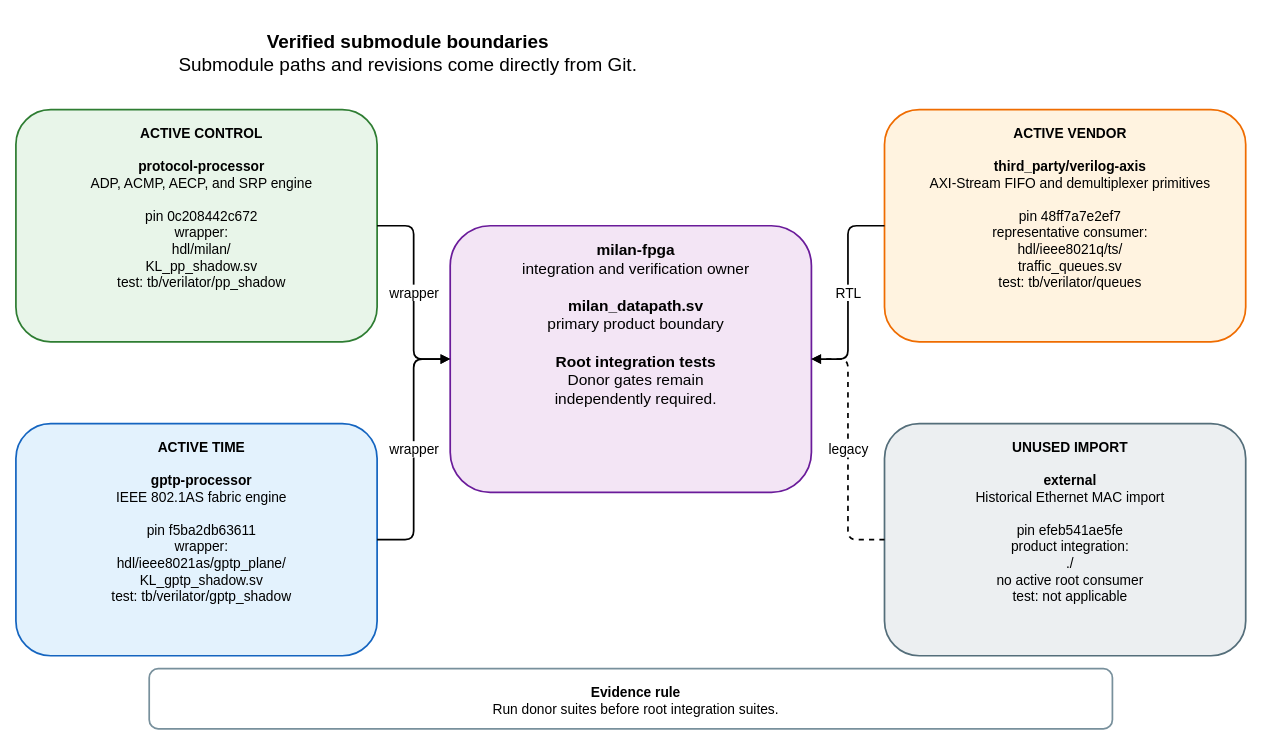
Earlier version of the draw.io diagram docs/diagrams/submodule_boundaries.drawio (kebag-logic/milan-fpga). Source tidied: cells renumbered, new cells numbered last; positions are measured from the earlier drawing's top-left corner, leaving out a move shared by most shapes. Both pictures are drawn from the tidied source at 86%, with x=0, y=0 at pixel (15, 15).
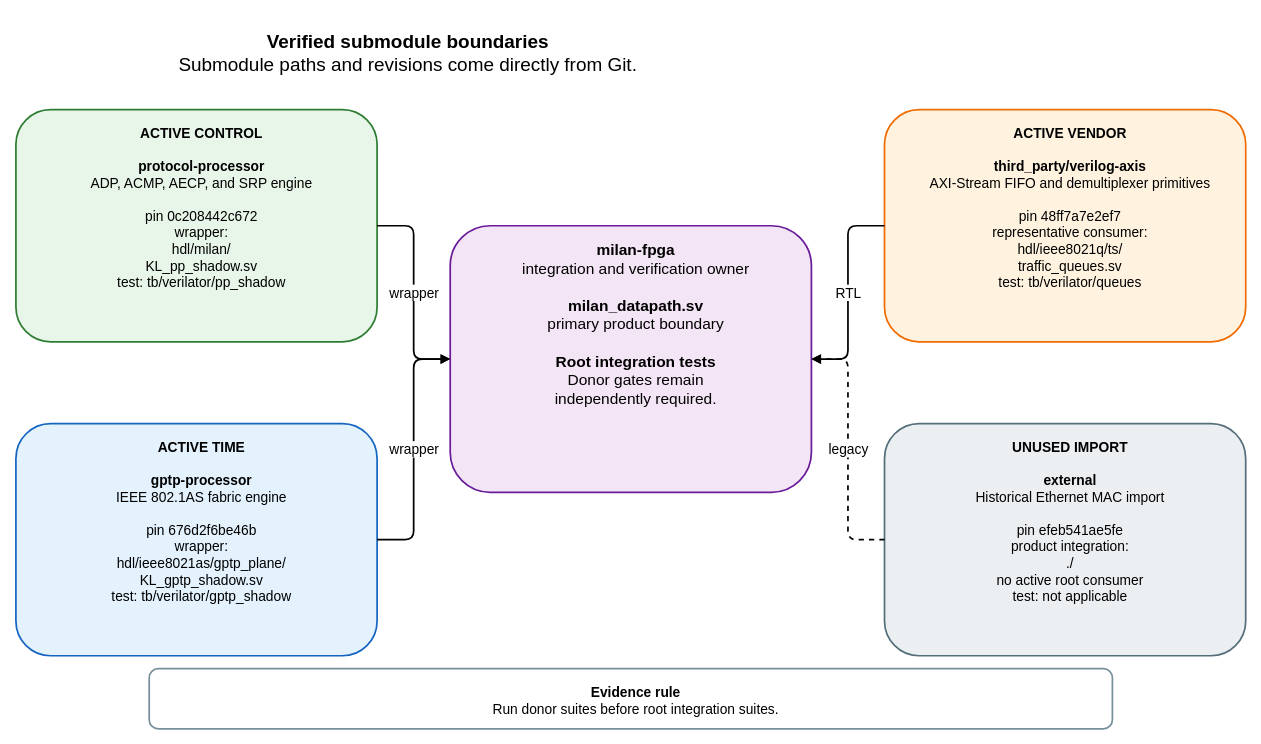
Above is the later version.

Commit message (it also covers changes not shown here):
Re-pin gptp-processor after donor history rewrite

The edit, as a diff of the source:
```diff
@@
 <mxGraphModel>
   <root>
     <mxCell id="0" />
     <mxCell id="1" parent="0" />
     <mxCell id="2" value="&lt;b&gt;Verified submodule boundaries&lt;/b&gt;&lt;br&gt;Submodule paths and revisions come directly from Git." style="rounded=1;whiteSpace=wrap;html=1;verticalAlign=top;spacingTop=12;spacingLeft=12;fontSize=22;fontFamily=Helvetica;fillColor=none;strokeColor=none;strokeWidth=2;" parent="1" vertex="1">
       <mxGeometry width="900" height="65" as="geometry" />
     </mxCell>
     <mxCell id="3" value="&lt;b&gt;milan-fpga&lt;/b&gt;&lt;br&gt;integration and verification owner&lt;br&gt;&lt;br&gt;&lt;b&gt;milan_datapath.sv&lt;/b&gt;&lt;br&gt;primary product boundary&lt;br&gt;&lt;br&gt;&lt;b&gt;Root integration tests&lt;/b&gt;&lt;br&gt;Donor gates remain&lt;br&gt;independently required." style="rounded=1;whiteSpace=wrap;html=1;verticalAlign=top;spacingTop=12;spacingLeft=12;fontSize=18;fontFamily=Helvetica;fillColor=#F3E5F5;strokeColor=#6A1B9A;strokeWidth=2;" parent="1" vertex="1">
       <mxGeometry x="505" y="245" width="420" height="310" as="geometry" />
     </mxCell>
     <mxCell id="4" value="&lt;b&gt;ACTIVE CONTROL&lt;/b&gt;&lt;br&gt;&lt;br&gt;&lt;b&gt;protocol-processor&lt;/b&gt;&lt;br&gt;ADP, ACMP, AECP, and SRP engine&lt;br&gt;&lt;br&gt;pin 0c208442c672&lt;br&gt;wrapper:&lt;br&gt;hdl/milan/&lt;br&gt;KL_pp_shadow.sv&lt;br&gt;test: tb/verilator/pp_shadow" style="rounded=1;whiteSpace=wrap;html=1;verticalAlign=top;spacingTop=12;spacingLeft=12;fontSize=16;fontFamily=Helvetica;fillColor=#E8F5E9;strokeColor=#2E7D32;strokeWidth=2;" parent="1" vertex="1">
       <mxGeometry y="110" width="420" height="270" as="geometry" />
     </mxCell>
-    <mxCell id="5" value="&lt;b&gt;ACTIVE TIME&lt;/b&gt;&lt;br&gt;&lt;br&gt;&lt;b&gt;gptp-processor&lt;/b&gt;&lt;br&gt;IEEE 802.1AS fabric engine&lt;br&gt;&lt;br&gt;pin f5ba2db63611&lt;br&gt;wrapper:&lt;br&gt;hdl/ieee8021as/gptp_plane/&lt;br&gt;KL_gptp_shadow.sv&lt;br&gt;test: tb/verilator/gptp_shadow" style="rounded=1;whiteSpace=wrap;html=1;verticalAlign=top;spacingTop=12;spacingLeft=12;fontSize=16;fontFamily=Helvetica;fillColor=#E3F2FD;strokeColor=#1565C0;strokeWidth=2;" parent="1" vertex="1">
+    <mxCell id="5" value="&lt;b&gt;ACTIVE TIME&lt;/b&gt;&lt;br&gt;&lt;br&gt;&lt;b&gt;gptp-processor&lt;/b&gt;&lt;br&gt;IEEE 802.1AS fabric engine&lt;br&gt;&lt;br&gt;pin 676d2f6be46b&lt;br&gt;wrapper:&lt;br&gt;hdl/ieee8021as/gptp_plane/&lt;br&gt;KL_gptp_shadow.sv&lt;br&gt;test: tb/verilator/gptp_shadow" style="rounded=1;whiteSpace=wrap;html=1;verticalAlign=top;spacingTop=12;spacingLeft=12;fontSize=16;fontFamily=Helvetica;fillColor=#E3F2FD;strokeColor=#1565C0;strokeWidth=2;" parent="1" vertex="1">
       <mxGeometry y="475" width="420" height="270" as="geometry" />
     </mxCell>
     <mxCell id="6" value="&lt;b&gt;ACTIVE VENDOR&lt;/b&gt;&lt;br&gt;&lt;br&gt;&lt;b&gt;third_party/verilog-axis&lt;/b&gt;&lt;br&gt;AXI-Stream FIFO and demultiplexer primitives&lt;br&gt;&lt;br&gt;pin 48ff7a7e2ef7&lt;br&gt;representative consumer:&lt;br&gt;hdl/ieee8021q/ts/&lt;br&gt;traffic_queues.sv&lt;br&gt;test: tb/verilator/queues" style="rounded=1;whiteSpace=wrap;html=1;verticalAlign=top;spacingTop=12;spacingLeft=12;fontSize=16;fontFamily=Helvetica;fillColor=#FFF3E0;strokeColor=#EF6C00;strokeWidth=2;" parent="1" vertex="1">
       <mxGeometry x="1010" y="110" width="420" height="270" as="geometry" />
     </mxCell>
     <mxCell id="7" value="&lt;b&gt;UNUSED IMPORT&lt;/b&gt;&lt;br&gt;&lt;br&gt;&lt;b&gt;external&lt;/b&gt;&lt;br&gt;Historical Ethernet MAC import&lt;br&gt;&lt;br&gt;pin efeb541ae5fe&lt;br&gt;product integration:&lt;br&gt;./&lt;br&gt;no active root consumer&lt;br&gt;test: not applicable" style="rounded=1;whiteSpace=wrap;html=1;verticalAlign=top;spacingTop=12;spacingLeft=12;fontSize=16;fontFamily=Helvetica;fillColor=#ECEFF1;strokeColor=#546E7A;strokeWidth=2;" parent="1" vertex="1">
       <mxGeometry x="1010" y="475" width="420" height="270" as="geometry" />
     </mxCell>
     <mxCell id="8" value="wrapper" style="edgeStyle=orthogonalEdgeStyle;rounded=1;jettySize=auto;html=1;endArrow=block;endFill=1;strokeWidth=2;fontSize=16;fontFamily=Helvetica;labelBackgroundColor=#FFFFFF;" parent="1" edge="1" source="4" target="3">
       <mxGeometry relative="1" as="geometry" />
     </mxCell>
     <mxCell id="9" value="wrapper" style="edgeStyle=orthogonalEdgeStyle;rounded=1;jettySize=auto;html=1;endArrow=block;endFill=1;strokeWidth=2;fontSize=16;fontFamily=Helvetica;labelBackgroundColor=#FFFFFF;" parent="1" edge="1" source="5" target="3">
       <mxGeometry relative="1" as="geometry" />
     </mxCell>
     <mxCell id="10" value="RTL" style="edgeStyle=orthogonalEdgeStyle;rounded=1;jettySize=auto;html=1;endArrow=block;endFill=1;strokeWidth=2;fontSize=16;fontFamily=Helvetica;labelBackgroundColor=#FFFFFF;" parent="1" edge="1" source="6" target="3">
       <mxGeometry relative="1" as="geometry" />
     </mxCell>
     <mxCell id="11" value="legacy" style="edgeStyle=orthogonalEdgeStyle;rounded=1;jettySize=auto;html=1;endArrow=block;endFill=1;strokeWidth=2;fontSize=16;fontFamily=Helvetica;labelBackgroundColor=#FFFFFF;dashed=1;" parent="1" edge="1" source="7" target="3">
       <mxGeometry relative="1" as="geometry" />
     </mxCell>
     <mxCell id="12" value="&lt;b&gt;Evidence rule&lt;/b&gt;&lt;br&gt;Run donor suites before root integration suites." style="rounded=1;whiteSpace=wrap;html=1;verticalAlign=top;spacingTop=12;spacingLeft=12;fontSize=16;fontFamily=Helvetica;fillColor=#FFFFFF;strokeColor=#78909C;strokeWidth=2;" parent="1" vertex="1">
       <mxGeometry x="155" y="760" width="1120" height="70" as="geometry" />
     </mxCell>
   </root>
 </mxGraphModel>
```
